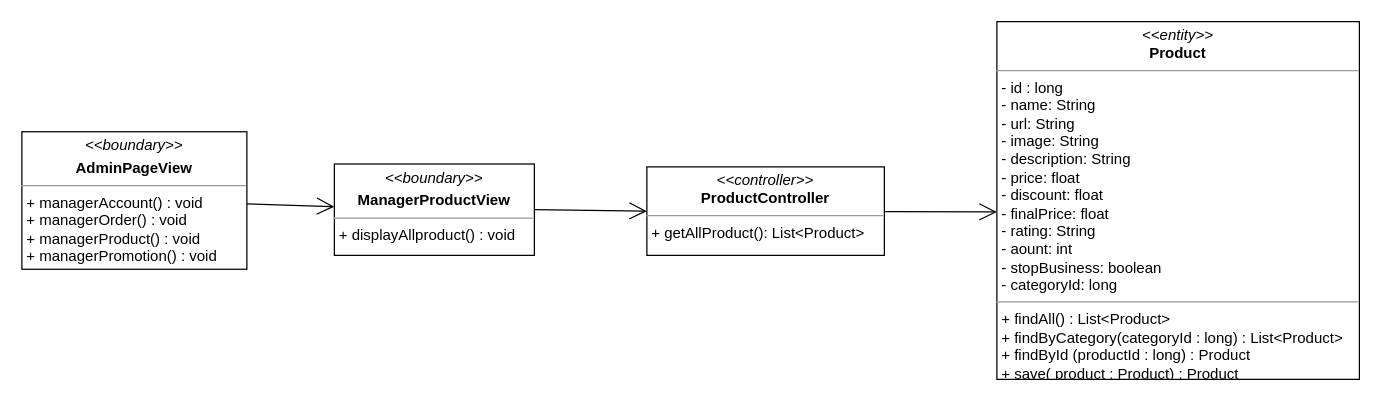
Earlier version of the draw.io diagram class diagram/manager-product-class-diagram.drawio (nguyenphamvan/datn_20202). Source tidied: cells renumbered, new cells numbered last; positions are measured from the earlier drawing's top-left corner, leaving out a move shared by most shapes. Both pictures are drawn from the tidied source at 125%, with x=0, y=0 at pixel (21, 21).
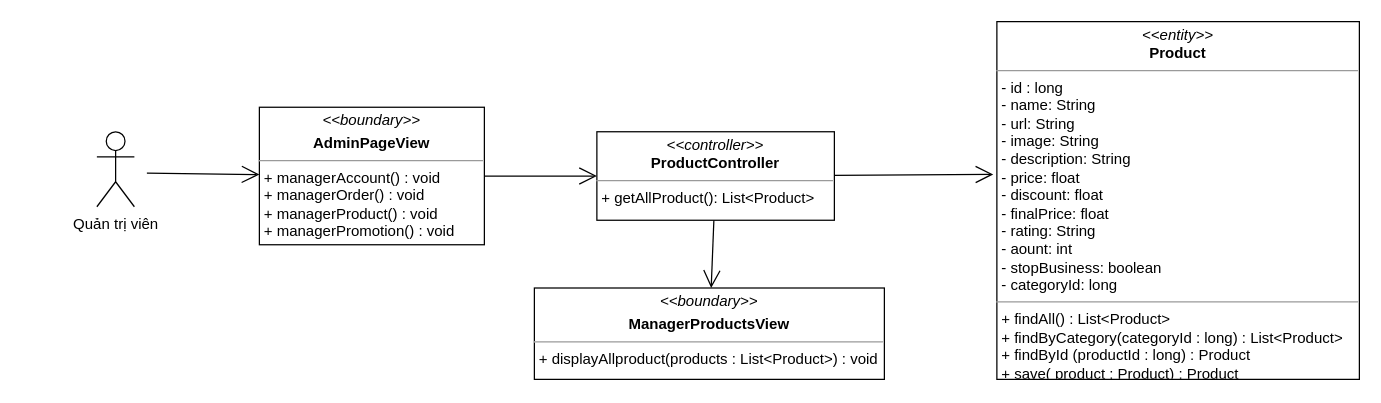
After the change.

The edit, as a diff of the source:
```diff
@@
 <mxGraphModel>
   <root>
     <mxCell id="0" />
     <mxCell id="1" parent="0" />
-    <mxCell id="2" value="&lt;p style=&quot;margin: 0px ; margin-top: 4px ; text-align: center&quot;&gt;&lt;i&gt;&amp;lt;&amp;lt;boundary&amp;gt;&amp;gt;&lt;/i&gt;&lt;/p&gt;&lt;p style=&quot;margin: 0px ; margin-top: 4px ; text-align: center&quot;&gt;&lt;b&gt;ManagerProductView&lt;/b&gt;&lt;/p&gt;&lt;hr size=&quot;1&quot;&gt;&lt;p style=&quot;margin: 0px ; margin-left: 4px&quot;&gt;&lt;span&gt;+ displayAllproduct() : void&lt;/span&gt;&lt;br&gt;&lt;/p&gt;" style="verticalAlign=top;align=left;overflow=fill;fontSize=12;fontFamily=Helvetica;html=1;" parent="1" vertex="1">
-      <mxGeometry x="250" y="113.7" width="160" height="73.1" as="geometry" />
+    <mxCell id="2" value="&lt;p style=&quot;margin: 0px ; margin-top: 4px ; text-align: center&quot;&gt;&lt;i&gt;&amp;lt;&amp;lt;boundary&amp;gt;&amp;gt;&lt;/i&gt;&lt;/p&gt;&lt;p style=&quot;margin: 0px ; margin-top: 4px ; text-align: center&quot;&gt;&lt;b&gt;ManagerProductsView&lt;/b&gt;&lt;/p&gt;&lt;hr size=&quot;1&quot;&gt;&lt;p style=&quot;margin: 0px ; margin-left: 4px&quot;&gt;&lt;span&gt;+ displayAllproduct(products : List&amp;lt;Product&amp;gt;) : void&lt;/span&gt;&lt;br&gt;&lt;/p&gt;" style="verticalAlign=top;align=left;overflow=fill;fontSize=12;fontFamily=Helvetica;html=1;" parent="1" vertex="1">
+      <mxGeometry x="410" y="212.9" width="280" height="73.1" as="geometry" />
     </mxCell>
-    <mxCell id="3" style="endArrow=open;endFill=1;endSize=12;html=1;entryX=0;entryY=0.5;entryDx=0;entryDy=0;exitX=1;exitY=0.5;exitDx=0;exitDy=0;" parent="1" edge="1" source="2" target="4">
+    <mxCell id="3" style="endArrow=open;endFill=1;endSize=12;html=1;" parent="1" edge="1" source="4" target="2">
       <mxGeometry relative="1" as="geometry" />
     </mxCell>
     <mxCell id="4" value="&lt;p style=&quot;margin: 0px ; margin-top: 4px ; text-align: center&quot;&gt;&lt;i&gt;&amp;lt;&amp;lt;controller&amp;gt;&amp;gt;&lt;/i&gt;&lt;br&gt;&lt;b&gt;ProductController&lt;/b&gt;&lt;/p&gt;&lt;hr size=&quot;1&quot;&gt;&lt;p style=&quot;margin: 0px ; margin-left: 4px&quot;&gt;+ getAllProduct(): List&amp;lt;Product&amp;gt;&lt;br&gt;&lt;/p&gt;" style="verticalAlign=top;align=left;overflow=fill;fontSize=12;fontFamily=Helvetica;html=1;" parent="1" vertex="1">
-      <mxGeometry x="500" y="116" width="190" height="70.8" as="geometry" />
+      <mxGeometry x="460" y="87.9" width="190" height="70.8" as="geometry" />
     </mxCell>
-    <mxCell id="5" style="endArrow=open;endFill=1;endSize=12;html=1;entryX=0;entryY=0.532;entryDx=0;entryDy=0;entryPerimeter=0;" parent="1" edge="1" source="4" target="6">
+    <mxCell id="5" style="endArrow=open;endFill=1;endSize=12;html=1;entryX=-0.01;entryY=0.427;entryDx=0;entryDy=0;entryPerimeter=0;" parent="1" edge="1" source="4" target="6">
       <mxGeometry relative="1" as="geometry" />
     </mxCell>
     <mxCell id="6" value="&lt;p style=&quot;margin: 0px ; margin-top: 4px ; text-align: center&quot;&gt;&lt;i&gt;&amp;lt;&amp;lt;entity&amp;gt;&amp;gt;&lt;/i&gt;&lt;br&gt;&lt;b&gt;Product&lt;/b&gt;&lt;/p&gt;&lt;hr size=&quot;1&quot;&gt;&lt;p style=&quot;margin: 0px ; margin-left: 4px&quot;&gt;- id : long&lt;/p&gt;&lt;p style=&quot;margin: 0px ; margin-left: 4px&quot;&gt;- name: String&lt;br&gt;- url: String&lt;/p&gt;&lt;p style=&quot;margin: 0px ; margin-left: 4px&quot;&gt;- image: String&lt;/p&gt;&lt;p style=&quot;margin: 0px ; margin-left: 4px&quot;&gt;- description: String&lt;/p&gt;&lt;p style=&quot;margin: 0px ; margin-left: 4px&quot;&gt;- price: float&lt;/p&gt;&lt;p style=&quot;margin: 0px ; margin-left: 4px&quot;&gt;- discount: float&lt;/p&gt;&lt;p style=&quot;margin: 0px ; margin-left: 4px&quot;&gt;- finalPrice: float&lt;/p&gt;&lt;p style=&quot;margin: 0px ; margin-left: 4px&quot;&gt;- rating: String&lt;/p&gt;&lt;p style=&quot;margin: 0px ; margin-left: 4px&quot;&gt;- aount: int&lt;/p&gt;&lt;p style=&quot;margin: 0px ; margin-left: 4px&quot;&gt;- stopBusiness: boolean&lt;/p&gt;&lt;p style=&quot;margin: 0px ; margin-left: 4px&quot;&gt;- categoryId: long&lt;/p&gt;&lt;hr size=&quot;1&quot;&gt;&lt;p style=&quot;margin: 0px 0px 0px 4px&quot;&gt;+ findAll() : List&amp;lt;Product&amp;gt;&lt;/p&gt;&lt;p style=&quot;margin: 0px 0px 0px 4px&quot;&gt;+ findByCategory(categoryId : long) : List&amp;lt;Product&amp;gt;&lt;/p&gt;&lt;p style=&quot;margin: 0px 0px 0px 4px&quot;&gt;+ findById (productId : long) : Product&lt;/p&gt;&lt;p style=&quot;margin: 0px 0px 0px 4px&quot;&gt;+ save( product : Product) : Product&lt;/p&gt;" style="verticalAlign=top;align=left;overflow=fill;fontSize=12;fontFamily=Helvetica;html=1;" parent="1" vertex="1">
       <mxGeometry x="780" y="-0.2" width="290" height="286.2" as="geometry" />
     </mxCell>
     <mxCell id="7" value="&lt;p style=&quot;margin: 0px ; margin-top: 4px ; text-align: center&quot;&gt;&lt;i&gt;&amp;lt;&amp;lt;boundary&amp;gt;&amp;gt;&lt;/i&gt;&lt;/p&gt;&lt;p style=&quot;margin: 0px ; margin-top: 4px ; text-align: center&quot;&gt;&lt;b&gt;AdminPageView&lt;/b&gt;&lt;/p&gt;&lt;hr size=&quot;1&quot;&gt;&lt;p style=&quot;margin: 0px ; margin-left: 4px&quot;&gt;&lt;span&gt;+ managerAccount() : void&lt;/span&gt;&lt;br&gt;&lt;/p&gt;&lt;p style=&quot;margin: 0px ; margin-left: 4px&quot;&gt;&lt;span&gt;+ managerOrder() : void&lt;/span&gt;&lt;/p&gt;&lt;p style=&quot;margin: 0px ; margin-left: 4px&quot;&gt;&lt;span&gt;+ managerProduct() : void&lt;/span&gt;&lt;/p&gt;&lt;p style=&quot;margin: 0px ; margin-left: 4px&quot;&gt;&lt;span&gt;+ managerPromotion() : void&lt;/span&gt;&lt;/p&gt;" style="verticalAlign=top;align=left;overflow=fill;fontSize=12;fontFamily=Helvetica;html=1;" parent="1" vertex="1">
-      <mxGeometry y="87.9" width="180" height="110" as="geometry" />
+      <mxGeometry x="190" y="68.3" width="180" height="110" as="geometry" />
     </mxCell>
-    <mxCell id="8" style="endArrow=open;endFill=1;endSize=12;html=1;" parent="1" edge="1" source="7" target="2">
+    <mxCell id="8" style="endArrow=open;endFill=1;endSize=12;html=1;" parent="1" edge="1" source="7" target="4">
       <mxGeometry relative="1" as="geometry" />
     </mxCell>
+    <mxCell id="9" value="Quản trị viên" style="shape=umlActor;verticalLabelPosition=bottom;verticalAlign=top;html=1;" parent="1" vertex="1">
+      <mxGeometry x="60" y="87.9" width="30" height="60" as="geometry" />
+    </mxCell>
+    <mxCell id="10" style="endArrow=open;endFill=1;endSize=12;html=1;" parent="1" edge="1" target="7">
+      <mxGeometry relative="1" as="geometry">
+        <mxPoint x="100" y="121" as="sourcePoint" />
+      </mxGeometry>
+    </mxCell>
   </root>
 </mxGraphModel>
```
